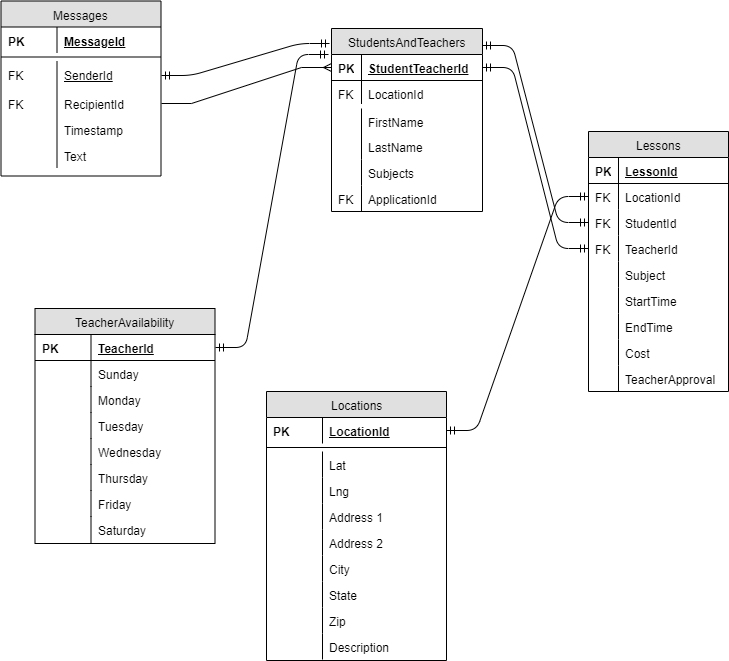
alexHardy872/DevCodeGroupCapstone keeps this draw.io diagram as schema.png. Above is the earlier version. Source tidied: cells renumbered, new cells last; positions are measured from the earlier drawing's top-left corner, leaving out a move shared by most shapes.
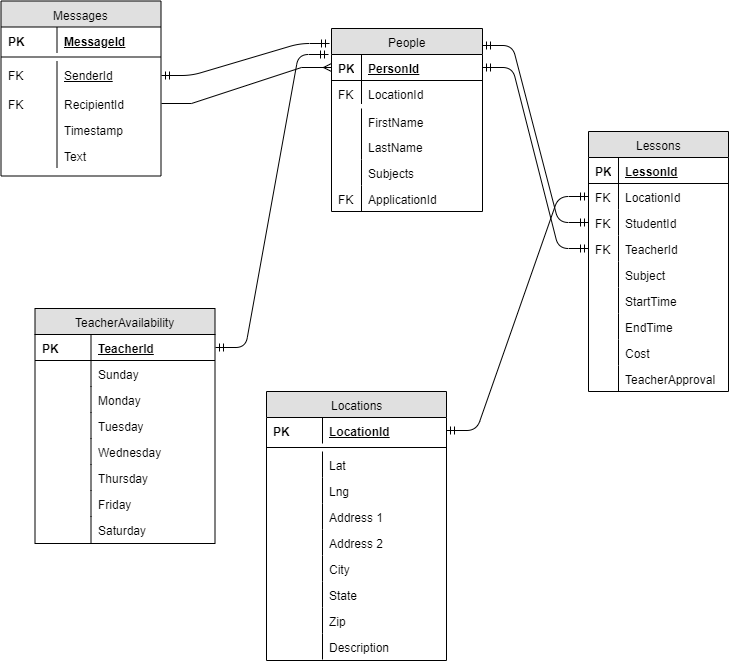
The same file after the commit.

The edit, as a diff of the source:
```diff
@@ -20,10 +20,10 @@
         </Array>
       </mxGeometry>
     </mxCell>
-    <mxCell id="4" value="StudentsAndTeachers" style="swimlane;html=1;fontStyle=0;horizontal=1;startSize=26;fillColor=#e0e0e0;swimlaneFillColor=#ffffff;" parent="1" vertex="1">
+    <mxCell id="4" value="People" style="swimlane;html=1;fontStyle=0;horizontal=1;startSize=26;fillColor=#e0e0e0;swimlaneFillColor=#ffffff;" parent="1" vertex="1">
       <mxGeometry x="331" y="27" width="151" height="183" as="geometry" />
     </mxCell>
-    <mxCell id="5" value="StudentTeacherId" style="shape=partialRectangle;top=0;left=0;right=0;bottom=1;html=1;align=left;verticalAlign=top;fillColor=none;spacingLeft=34;spacingRight=4;whiteSpace=wrap;overflow=hidden;points=[[0,0.5],[1,0.5]];portConstraint=eastwest;fontStyle=5;" parent="4" vertex="1">
+    <mxCell id="5" value="PersonId" style="shape=partialRectangle;top=0;left=0;right=0;bottom=1;html=1;align=left;verticalAlign=top;fillColor=none;spacingLeft=34;spacingRight=4;whiteSpace=wrap;overflow=hidden;points=[[0,0.5],[1,0.5]];portConstraint=eastwest;fontStyle=5;" parent="4" vertex="1">
       <mxGeometry y="26" width="151" height="26" as="geometry" />
     </mxCell>
     <mxCell id="6" value="PK" style="shape=partialRectangle;top=0;left=0;bottom=0;html=1;fillColor=none;align=left;verticalAlign=top;spacingLeft=4;spacingRight=4;whiteSpace=wrap;overflow=hidden;fontStyle=1;" parent="5" vertex="1">
```
